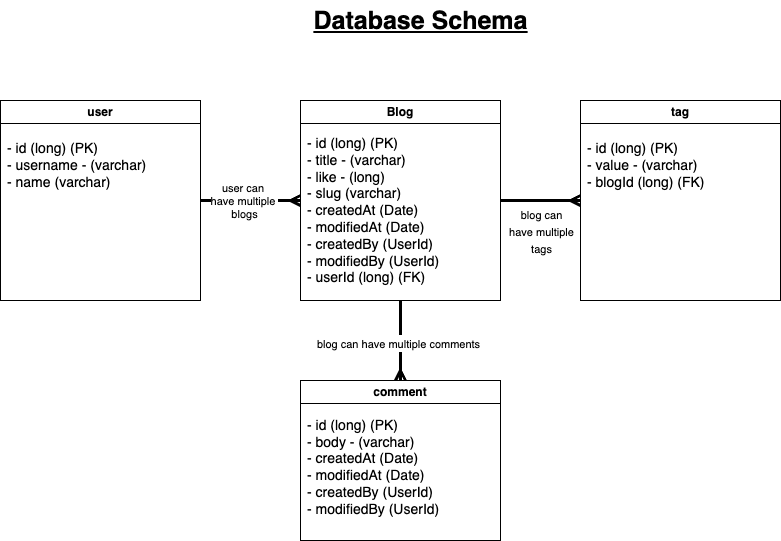
Earlier version of the draw.io export DB Schema.png (sufiyan0211/Blog-Share). Source tidied: cells renumbered, new cells last; positions are measured from the earlier drawing's top-left corner, leaving out a move shared by most shapes. The source it was exported from:
```xml
<mxGraphModel>
  <root>
    <mxCell id="0" />
    <mxCell id="1" parent="0" />
    <mxCell id="2" value="user" style="swimlane;whiteSpace=wrap;html=1;" parent="1" vertex="1">
      <mxGeometry y="100" width="200" height="200" as="geometry" />
    </mxCell>
    <mxCell id="3" value="&lt;font style=&quot;font-size: 14px;&quot;&gt;- id (long) (PK)&lt;br&gt;&lt;/font&gt;&lt;div style=&quot;font-size: 14px;&quot;&gt;&lt;span style=&quot;background-color: initial;&quot;&gt;&lt;font style=&quot;font-size: 14px;&quot;&gt;- username - (varchar)&lt;/font&gt;&lt;/span&gt;&lt;/div&gt;&lt;div style=&quot;font-size: 14px;&quot;&gt;&lt;font style=&quot;font-size: 14px;&quot;&gt;&lt;span style=&quot;background-color: initial;&quot;&gt;- name (&lt;/span&gt;varchar&lt;span style=&quot;background-color: initial;&quot;&gt;)&lt;/span&gt;&lt;/font&gt;&lt;/div&gt;" style="text;html=1;align=left;verticalAlign=middle;strokeColor=none;fillColor=none;" parent="2" vertex="1">
      <mxGeometry x="5" y="35" width="160" height="60" as="geometry" />
    </mxCell>
    <mxCell id="4" value="Blog" style="swimlane;whiteSpace=wrap;html=1;" parent="1" vertex="1">
      <mxGeometry x="300" y="100" width="200" height="200" as="geometry" />
    </mxCell>
    <mxCell id="5" value="&lt;font style=&quot;font-size: 14px;&quot;&gt;- id (long) (PK)&lt;br&gt;&lt;/font&gt;&lt;div style=&quot;font-size: 14px;&quot;&gt;&lt;span style=&quot;background-color: initial;&quot;&gt;&lt;font style=&quot;font-size: 14px;&quot;&gt;- title - (varchar)&lt;/font&gt;&lt;/span&gt;&lt;/div&gt;&lt;div style=&quot;font-size: 14px;&quot;&gt;&lt;font style=&quot;font-size: 14px;&quot;&gt;- like - (long)&lt;/font&gt;&lt;/div&gt;&lt;div style=&quot;font-size: 14px;&quot;&gt;&lt;font style=&quot;font-size: 14px;&quot;&gt;&lt;span style=&quot;background-color: initial;&quot;&gt;- slug (&lt;/span&gt;varchar&lt;span style=&quot;background-color: initial;&quot;&gt;)&lt;/span&gt;&lt;/font&gt;&lt;/div&gt;&lt;div style=&quot;font-size: 14px;&quot;&gt;&lt;font style=&quot;font-size: 14px;&quot;&gt;- createdAt (Date)&lt;/font&gt;&lt;/div&gt;&lt;div style=&quot;font-size: 14px;&quot;&gt;&lt;font style=&quot;font-size: 14px;&quot;&gt;- modifiedAt (Date)&lt;/font&gt;&lt;/div&gt;&lt;div style=&quot;font-size: 14px;&quot;&gt;&lt;font style=&quot;font-size: 14px;&quot;&gt;- createdBy (UserId)&lt;/font&gt;&lt;/div&gt;&lt;div style=&quot;font-size: 14px;&quot;&gt;&lt;font style=&quot;font-size: 14px;&quot;&gt;- modifiedBy (UserId)&lt;/font&gt;&lt;/div&gt;&lt;div style=&quot;font-size: 14px;&quot;&gt;&lt;/div&gt;&lt;span style=&quot;background-color: initial; font-size: 14px;&quot;&gt;- userId (long) (FK)&lt;br&gt;&lt;/span&gt;" style="text;html=1;align=left;verticalAlign=middle;strokeColor=none;fillColor=none;" parent="4" vertex="1">
      <mxGeometry x="5" y="30" width="160" height="160" as="geometry" />
    </mxCell>
    <mxCell id="6" value="tag" style="swimlane;whiteSpace=wrap;html=1;startSize=23;" parent="1" vertex="1">
      <mxGeometry x="580" y="100" width="200" height="200" as="geometry" />
    </mxCell>
    <mxCell id="7" value="&lt;font style=&quot;font-size: 14px;&quot;&gt;- id (long) (PK)&lt;br&gt;&lt;/font&gt;&lt;div style=&quot;font-size: 14px;&quot;&gt;&lt;span style=&quot;background-color: initial;&quot;&gt;&lt;font style=&quot;font-size: 14px;&quot;&gt;- value - (varchar)&lt;/font&gt;&lt;/span&gt;&lt;/div&gt;&lt;div style=&quot;font-size: 14px;&quot;&gt;&lt;font style=&quot;font-size: 14px;&quot;&gt;&lt;span style=&quot;background-color: initial;&quot;&gt;- blogId (&lt;/span&gt;long&lt;span style=&quot;background-color: initial;&quot;&gt;) (FK)&lt;/span&gt;&lt;/font&gt;&lt;/div&gt;" style="text;html=1;align=left;verticalAlign=middle;strokeColor=none;fillColor=none;" parent="6" vertex="1">
      <mxGeometry x="5" y="35" width="140" height="60" as="geometry" />
    </mxCell>
    <mxCell id="8" value="comment" style="swimlane;whiteSpace=wrap;html=1;" parent="1" vertex="1">
      <mxGeometry x="300" y="380" width="200" height="160" as="geometry" />
    </mxCell>
    <mxCell id="9" value="&lt;font style=&quot;font-size: 14px;&quot;&gt;- id (long) (PK)&lt;br&gt;&lt;/font&gt;&lt;div style=&quot;font-size: 14px;&quot;&gt;&lt;span style=&quot;background-color: initial;&quot;&gt;&lt;font style=&quot;font-size: 14px;&quot;&gt;- body - (varchar)&lt;/font&gt;&lt;/span&gt;&lt;/div&gt;&lt;div style=&quot;font-size: 14px;&quot;&gt;&lt;div style=&quot;border-color: var(--border-color);&quot;&gt;&lt;font style=&quot;font-size: 14px;&quot;&gt;- createdAt (Date)&lt;/font&gt;&lt;/div&gt;&lt;div style=&quot;border-color: var(--border-color);&quot;&gt;&lt;font style=&quot;font-size: 14px;&quot;&gt;- modifiedAt (Date)&lt;/font&gt;&lt;/div&gt;&lt;div style=&quot;border-color: var(--border-color);&quot;&gt;&lt;font style=&quot;font-size: 14px;&quot;&gt;- createdBy (UserId)&lt;/font&gt;&lt;/div&gt;&lt;div style=&quot;border-color: var(--border-color);&quot;&gt;&lt;font style=&quot;font-size: 14px;&quot;&gt;- modifiedBy (UserId)&lt;/font&gt;&lt;/div&gt;&lt;div style=&quot;border-color: var(--border-color);&quot;&gt;&lt;/div&gt;&lt;br style=&quot;border-color: var(--border-color);&quot;&gt;&lt;/div&gt;" style="text;html=1;align=left;verticalAlign=middle;strokeColor=none;fillColor=none;" parent="8" vertex="1">
      <mxGeometry x="5" y="30" width="160" height="130" as="geometry" />
    </mxCell>
    <mxCell id="10" value="&lt;font style=&quot;font-size: 25px;&quot;&gt;&lt;b&gt;&lt;u&gt;Database Schema&lt;/u&gt;&lt;/b&gt;&lt;/font&gt;" style="text;html=1;align=center;verticalAlign=middle;strokeColor=none;fillColor=none;" parent="1" vertex="1">
      <mxGeometry x="300" width="240" height="40" as="geometry" />
    </mxCell>
    <mxCell id="11" style="endArrow=ERmany;html=1;rounded=0;fontSize=14;fontColor=#000000;exitX=1;exitY=0.5;exitDx=0;exitDy=0;endFill=0;strokeWidth=3;entryX=0;entryY=0.5;entryDx=0;entryDy=0;" parent="1" edge="1" source="2" target="4">
      <mxGeometry relative="1" as="geometry" />
    </mxCell>
    <mxCell id="12" value="user can&amp;nbsp;&lt;br&gt;have multiple&amp;nbsp;&lt;br&gt;blogs" style="edgeLabel;html=1;align=center;verticalAlign=middle;fontSize=11;fontColor=#000000;" parent="11" vertex="1">
      <mxGeometry x="-0.31" y="-3" relative="1" as="geometry">
        <mxPoint x="9" y="-3" as="offset" />
      </mxGeometry>
    </mxCell>
    <mxCell id="13" style="endArrow=ERmany;html=1;rounded=0;strokeWidth=3;fontSize=14;fontColor=#000000;entryX=0;entryY=0.5;entryDx=0;entryDy=0;exitX=1;exitY=0.5;exitDx=0;exitDy=0;startArrow=none;startFill=0;endFill=0;" parent="1" edge="1" source="4" target="6">
      <mxGeometry relative="1" as="geometry" />
    </mxCell>
    <mxCell id="14" value="&lt;font style=&quot;font-size: 11px;&quot;&gt;blog can&lt;br&gt;have multiple&lt;br&gt;tags&lt;/font&gt;" style="edgeLabel;html=1;align=center;verticalAlign=middle;fontSize=14;fontColor=#000000;" parent="13" vertex="1">
      <mxGeometry x="-0.3" relative="1" as="geometry">
        <mxPoint x="12" y="30" as="offset" />
      </mxGeometry>
    </mxCell>
    <mxCell id="15" style="endArrow=none;html=1;rounded=0;strokeWidth=3;fontSize=14;fontColor=#000000;exitX=0.5;exitY=0;exitDx=0;exitDy=0;entryX=0.5;entryY=1;entryDx=0;entryDy=0;startArrow=ERmany;startFill=0;" parent="1" edge="1" source="8" target="4">
      <mxGeometry relative="1" as="geometry" />
    </mxCell>
    <mxCell id="16" value="&lt;font style=&quot;font-size: 11px;&quot;&gt;blog can have multiple comments&lt;/font&gt;" style="edgeLabel;html=1;align=center;verticalAlign=middle;fontSize=14;fontColor=#000000;" parent="15" vertex="1">
      <mxGeometry x="-0.05" y="3" relative="1" as="geometry" />
    </mxCell>
  </root>
</mxGraphModel>
```
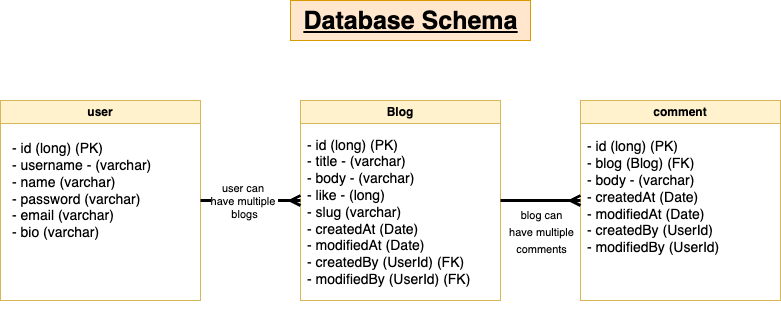
After the commit.

Commit message:
Modify design diagram

Diff of the diagram source:
```diff
@@ -2,32 +2,26 @@
   <root>
     <mxCell id="0" />
     <mxCell id="1" parent="0" />
-    <mxCell id="2" value="user" style="swimlane;whiteSpace=wrap;html=1;" parent="1" vertex="1">
+    <mxCell id="2" value="user" style="swimlane;whiteSpace=wrap;html=1;fillColor=#fff2cc;strokeColor=#d6b656;" parent="1" vertex="1">
       <mxGeometry y="100" width="200" height="200" as="geometry" />
     </mxCell>
-    <mxCell id="3" value="&lt;font style=&quot;font-size: 14px;&quot;&gt;- id (long) (PK)&lt;br&gt;&lt;/font&gt;&lt;div style=&quot;font-size: 14px;&quot;&gt;&lt;span style=&quot;background-color: initial;&quot;&gt;&lt;font style=&quot;font-size: 14px;&quot;&gt;- username - (varchar)&lt;/font&gt;&lt;/span&gt;&lt;/div&gt;&lt;div style=&quot;font-size: 14px;&quot;&gt;&lt;font style=&quot;font-size: 14px;&quot;&gt;&lt;span style=&quot;background-color: initial;&quot;&gt;- name (&lt;/span&gt;varchar&lt;span style=&quot;background-color: initial;&quot;&gt;)&lt;/span&gt;&lt;/font&gt;&lt;/div&gt;" style="text;html=1;align=left;verticalAlign=middle;strokeColor=none;fillColor=none;" parent="2" vertex="1">
-      <mxGeometry x="5" y="35" width="160" height="60" as="geometry" />
+    <mxCell id="3" value="&lt;font style=&quot;font-size: 14px;&quot;&gt;- id (long) (PK)&lt;br&gt;&lt;/font&gt;&lt;div style=&quot;font-size: 14px;&quot;&gt;&lt;span style=&quot;background-color: initial;&quot;&gt;&lt;font style=&quot;font-size: 14px;&quot;&gt;- username - (varchar)&lt;/font&gt;&lt;/span&gt;&lt;/div&gt;&lt;div style=&quot;font-size: 14px;&quot;&gt;&lt;font style=&quot;font-size: 14px;&quot;&gt;&lt;span style=&quot;background-color: initial;&quot;&gt;- name (&lt;/span&gt;varchar&lt;span style=&quot;background-color: initial;&quot;&gt;)&lt;/span&gt;&lt;/font&gt;&lt;/div&gt;&lt;div style=&quot;font-size: 14px;&quot;&gt;- password (varchar)&lt;/div&gt;&lt;div style=&quot;font-size: 14px;&quot;&gt;- email (varchar)&lt;/div&gt;&lt;div style=&quot;font-size: 14px;&quot;&gt;- bio (varchar)&lt;/div&gt;" style="text;html=1;align=left;verticalAlign=middle;strokeColor=none;fillColor=none;" parent="2" vertex="1">
+      <mxGeometry x="10" y="35" width="160" height="110" as="geometry" />
     </mxCell>
-    <mxCell id="4" value="Blog" style="swimlane;whiteSpace=wrap;html=1;" parent="1" vertex="1">
+    <mxCell id="4" value="Blog" style="swimlane;whiteSpace=wrap;html=1;fillColor=#fff2cc;strokeColor=#d6b656;" parent="1" vertex="1">
       <mxGeometry x="300" y="100" width="200" height="200" as="geometry" />
     </mxCell>
-    <mxCell id="5" value="&lt;font style=&quot;font-size: 14px;&quot;&gt;- id (long) (PK)&lt;br&gt;&lt;/font&gt;&lt;div style=&quot;font-size: 14px;&quot;&gt;&lt;span style=&quot;background-color: initial;&quot;&gt;&lt;font style=&quot;font-size: 14px;&quot;&gt;- title - (varchar)&lt;/font&gt;&lt;/span&gt;&lt;/div&gt;&lt;div style=&quot;font-size: 14px;&quot;&gt;&lt;font style=&quot;font-size: 14px;&quot;&gt;- like - (long)&lt;/font&gt;&lt;/div&gt;&lt;div style=&quot;font-size: 14px;&quot;&gt;&lt;font style=&quot;font-size: 14px;&quot;&gt;&lt;span style=&quot;background-color: initial;&quot;&gt;- slug (&lt;/span&gt;varchar&lt;span style=&quot;background-color: initial;&quot;&gt;)&lt;/span&gt;&lt;/font&gt;&lt;/div&gt;&lt;div style=&quot;font-size: 14px;&quot;&gt;&lt;font style=&quot;font-size: 14px;&quot;&gt;- createdAt (Date)&lt;/font&gt;&lt;/div&gt;&lt;div style=&quot;font-size: 14px;&quot;&gt;&lt;font style=&quot;font-size: 14px;&quot;&gt;- modifiedAt (Date)&lt;/font&gt;&lt;/div&gt;&lt;div style=&quot;font-size: 14px;&quot;&gt;&lt;font style=&quot;font-size: 14px;&quot;&gt;- createdBy (UserId)&lt;/font&gt;&lt;/div&gt;&lt;div style=&quot;font-size: 14px;&quot;&gt;&lt;font style=&quot;font-size: 14px;&quot;&gt;- modifiedBy (UserId)&lt;/font&gt;&lt;/div&gt;&lt;div style=&quot;font-size: 14px;&quot;&gt;&lt;/div&gt;&lt;span style=&quot;background-color: initial; font-size: 14px;&quot;&gt;- userId (long) (FK)&lt;br&gt;&lt;/span&gt;" style="text;html=1;align=left;verticalAlign=middle;strokeColor=none;fillColor=none;" parent="4" vertex="1">
-      <mxGeometry x="5" y="30" width="160" height="160" as="geometry" />
+    <mxCell id="5" value="&lt;font style=&quot;font-size: 14px;&quot;&gt;- id (long) (PK)&lt;br&gt;&lt;/font&gt;&lt;div style=&quot;font-size: 14px;&quot;&gt;&lt;span style=&quot;background-color: initial;&quot;&gt;&lt;font style=&quot;font-size: 14px;&quot;&gt;- title - (varchar)&lt;/font&gt;&lt;/span&gt;&lt;/div&gt;&lt;div style=&quot;font-size: 14px;&quot;&gt;&lt;span style=&quot;background-color: initial;&quot;&gt;&lt;font style=&quot;font-size: 14px;&quot;&gt;- body - (varchar)&lt;/font&gt;&lt;/span&gt;&lt;/div&gt;&lt;div style=&quot;font-size: 14px;&quot;&gt;&lt;font style=&quot;font-size: 14px;&quot;&gt;- like - (long)&lt;/font&gt;&lt;/div&gt;&lt;div style=&quot;font-size: 14px;&quot;&gt;&lt;font style=&quot;font-size: 14px;&quot;&gt;&lt;span style=&quot;background-color: initial;&quot;&gt;- slug (&lt;/span&gt;varchar&lt;span style=&quot;background-color: initial;&quot;&gt;)&lt;/span&gt;&lt;/font&gt;&lt;/div&gt;&lt;div style=&quot;font-size: 14px;&quot;&gt;&lt;font style=&quot;font-size: 14px;&quot;&gt;- createdAt (Date)&lt;/font&gt;&lt;/div&gt;&lt;div style=&quot;font-size: 14px;&quot;&gt;&lt;font style=&quot;font-size: 14px;&quot;&gt;- modifiedAt (Date)&lt;/font&gt;&lt;/div&gt;&lt;div style=&quot;font-size: 14px;&quot;&gt;&lt;font style=&quot;font-size: 14px;&quot;&gt;- createdBy (UserId) (FK)&lt;/font&gt;&lt;/div&gt;&lt;div style=&quot;font-size: 14px;&quot;&gt;&lt;font style=&quot;font-size: 14px;&quot;&gt;- modifiedBy (UserId) (FK)&lt;/font&gt;&lt;/div&gt;&lt;span style=&quot;background-color: initial; font-size: 14px;&quot;&gt;&lt;br&gt;&lt;/span&gt;" style="text;html=1;align=left;verticalAlign=middle;strokeColor=none;fillColor=none;" parent="4" vertex="1">
+      <mxGeometry x="5" y="30" width="190" height="180" as="geometry" />
     </mxCell>
-    <mxCell id="6" value="tag" style="swimlane;whiteSpace=wrap;html=1;startSize=23;" parent="1" vertex="1">
-      <mxGeometry x="580" y="100" width="200" height="200" as="geometry" />
-    </mxCell>
-    <mxCell id="7" value="&lt;font style=&quot;font-size: 14px;&quot;&gt;- id (long) (PK)&lt;br&gt;&lt;/font&gt;&lt;div style=&quot;font-size: 14px;&quot;&gt;&lt;span style=&quot;background-color: initial;&quot;&gt;&lt;font style=&quot;font-size: 14px;&quot;&gt;- value - (varchar)&lt;/font&gt;&lt;/span&gt;&lt;/div&gt;&lt;div style=&quot;font-size: 14px;&quot;&gt;&lt;font style=&quot;font-size: 14px;&quot;&gt;&lt;span style=&quot;background-color: initial;&quot;&gt;- blogId (&lt;/span&gt;long&lt;span style=&quot;background-color: initial;&quot;&gt;) (FK)&lt;/span&gt;&lt;/font&gt;&lt;/div&gt;" style="text;html=1;align=left;verticalAlign=middle;strokeColor=none;fillColor=none;" parent="6" vertex="1">
-      <mxGeometry x="5" y="35" width="140" height="60" as="geometry" />
-    </mxCell>
-    <mxCell id="8" value="comment" style="swimlane;whiteSpace=wrap;html=1;" parent="1" vertex="1">
-      <mxGeometry x="300" y="380" width="200" height="160" as="geometry" />
+    <mxCell id="8" value="comment" style="swimlane;whiteSpace=wrap;html=1;fillColor=#fff2cc;strokeColor=#d6b656;" parent="1" vertex="1">
+      <mxGeometry x="580" y="100" width="200" height="200" as="geometry" />
     </mxCell>
-    <mxCell id="9" value="&lt;font style=&quot;font-size: 14px;&quot;&gt;- id (long) (PK)&lt;br&gt;&lt;/font&gt;&lt;div style=&quot;font-size: 14px;&quot;&gt;&lt;span style=&quot;background-color: initial;&quot;&gt;&lt;font style=&quot;font-size: 14px;&quot;&gt;- body - (varchar)&lt;/font&gt;&lt;/span&gt;&lt;/div&gt;&lt;div style=&quot;font-size: 14px;&quot;&gt;&lt;div style=&quot;border-color: var(--border-color);&quot;&gt;&lt;font style=&quot;font-size: 14px;&quot;&gt;- createdAt (Date)&lt;/font&gt;&lt;/div&gt;&lt;div style=&quot;border-color: var(--border-color);&quot;&gt;&lt;font style=&quot;font-size: 14px;&quot;&gt;- modifiedAt (Date)&lt;/font&gt;&lt;/div&gt;&lt;div style=&quot;border-color: var(--border-color);&quot;&gt;&lt;font style=&quot;font-size: 14px;&quot;&gt;- createdBy (UserId)&lt;/font&gt;&lt;/div&gt;&lt;div style=&quot;border-color: var(--border-color);&quot;&gt;&lt;font style=&quot;font-size: 14px;&quot;&gt;- modifiedBy (UserId)&lt;/font&gt;&lt;/div&gt;&lt;div style=&quot;border-color: var(--border-color);&quot;&gt;&lt;/div&gt;&lt;br style=&quot;border-color: var(--border-color);&quot;&gt;&lt;/div&gt;" style="text;html=1;align=left;verticalAlign=middle;strokeColor=none;fillColor=none;" parent="8" vertex="1">
-      <mxGeometry x="5" y="30" width="160" height="130" as="geometry" />
+    <mxCell id="9" value="&lt;font style=&quot;font-size: 14px;&quot;&gt;- id (long) (PK)&lt;br&gt;- blog (Blog) (FK)&lt;br&gt;&lt;/font&gt;&lt;div style=&quot;font-size: 14px;&quot;&gt;&lt;span style=&quot;background-color: initial;&quot;&gt;&lt;font style=&quot;font-size: 14px;&quot;&gt;- body - (varchar)&lt;/font&gt;&lt;/span&gt;&lt;/div&gt;&lt;div style=&quot;font-size: 14px;&quot;&gt;&lt;div style=&quot;border-color: var(--border-color);&quot;&gt;&lt;font style=&quot;font-size: 14px;&quot;&gt;- createdAt (Date)&lt;/font&gt;&lt;/div&gt;&lt;div style=&quot;border-color: var(--border-color);&quot;&gt;&lt;font style=&quot;font-size: 14px;&quot;&gt;- modifiedAt (Date)&lt;/font&gt;&lt;/div&gt;&lt;div style=&quot;border-color: var(--border-color);&quot;&gt;&lt;font style=&quot;font-size: 14px;&quot;&gt;- createdBy (UserId)&lt;/font&gt;&lt;/div&gt;&lt;div style=&quot;border-color: var(--border-color);&quot;&gt;&lt;font style=&quot;font-size: 14px;&quot;&gt;- modifiedBy (UserId)&lt;/font&gt;&lt;/div&gt;&lt;div style=&quot;border-color: var(--border-color);&quot;&gt;&lt;/div&gt;&lt;br style=&quot;border-color: var(--border-color);&quot;&gt;&lt;/div&gt;" style="text;html=1;align=left;verticalAlign=middle;strokeColor=none;fillColor=none;" parent="8" vertex="1">
+      <mxGeometry x="5" y="30" width="160" height="150" as="geometry" />
     </mxCell>
-    <mxCell id="10" value="&lt;font style=&quot;font-size: 25px;&quot;&gt;&lt;b&gt;&lt;u&gt;Database Schema&lt;/u&gt;&lt;/b&gt;&lt;/font&gt;" style="text;html=1;align=center;verticalAlign=middle;strokeColor=none;fillColor=none;" parent="1" vertex="1">
-      <mxGeometry x="300" width="240" height="40" as="geometry" />
+    <mxCell id="10" value="&lt;font style=&quot;font-size: 25px;&quot;&gt;&lt;b&gt;&lt;u&gt;Database Schema&lt;/u&gt;&lt;/b&gt;&lt;/font&gt;" style="text;html=1;align=center;verticalAlign=middle;strokeColor=#d79b00;fillColor=#ffe6cc;" parent="1" vertex="1">
+      <mxGeometry x="290" width="240" height="40" as="geometry" />
     </mxCell>
     <mxCell id="11" style="endArrow=ERmany;html=1;rounded=0;fontSize=14;fontColor=#000000;exitX=1;exitY=0.5;exitDx=0;exitDy=0;endFill=0;strokeWidth=3;entryX=0;entryY=0.5;entryDx=0;entryDy=0;" parent="1" edge="1" source="2" target="4">
       <mxGeometry relative="1" as="geometry" />
@@ -37,19 +31,13 @@
         <mxPoint x="9" y="-3" as="offset" />
       </mxGeometry>
     </mxCell>
-    <mxCell id="13" style="endArrow=ERmany;html=1;rounded=0;strokeWidth=3;fontSize=14;fontColor=#000000;entryX=0;entryY=0.5;entryDx=0;entryDy=0;exitX=1;exitY=0.5;exitDx=0;exitDy=0;startArrow=none;startFill=0;endFill=0;" parent="1" edge="1" source="4" target="6">
-      <mxGeometry relative="1" as="geometry" />
-    </mxCell>
-    <mxCell id="14" value="&lt;font style=&quot;font-size: 11px;&quot;&gt;blog can&lt;br&gt;have multiple&lt;br&gt;tags&lt;/font&gt;" style="edgeLabel;html=1;align=center;verticalAlign=middle;fontSize=14;fontColor=#000000;" parent="13" vertex="1">
-      <mxGeometry x="-0.3" relative="1" as="geometry">
-        <mxPoint x="12" y="30" as="offset" />
-      </mxGeometry>
-    </mxCell>
-    <mxCell id="15" style="endArrow=none;html=1;rounded=0;strokeWidth=3;fontSize=14;fontColor=#000000;exitX=0.5;exitY=0;exitDx=0;exitDy=0;entryX=0.5;entryY=1;entryDx=0;entryDy=0;startArrow=ERmany;startFill=0;" parent="1" edge="1" source="8" target="4">
+    <mxCell id="15" style="endArrow=none;html=1;rounded=0;strokeWidth=3;fontSize=14;fontColor=#000000;exitX=0;exitY=0.5;exitDx=0;exitDy=0;startArrow=ERmany;startFill=0;entryX=1;entryY=0.5;entryDx=0;entryDy=0;" parent="1" edge="1" source="8" target="4">
       <mxGeometry relative="1" as="geometry" />
     </mxCell>
-    <mxCell id="16" value="&lt;font style=&quot;font-size: 11px;&quot;&gt;blog can have multiple comments&lt;/font&gt;" style="edgeLabel;html=1;align=center;verticalAlign=middle;fontSize=14;fontColor=#000000;" parent="15" vertex="1">
-      <mxGeometry x="-0.05" y="3" relative="1" as="geometry" />
+    <mxCell id="16" value="&lt;font style=&quot;font-size: 11px;&quot;&gt;blog can &lt;br&gt;have multiple &lt;br&gt;comments&lt;/font&gt;" style="edgeLabel;html=1;align=center;verticalAlign=middle;fontSize=14;fontColor=#000000;" parent="15" vertex="1">
+      <mxGeometry x="-0.05" y="3" relative="1" as="geometry">
+        <mxPoint x="-2" y="27" as="offset" />
+      </mxGeometry>
     </mxCell>
   </root>
 </mxGraphModel>
```
